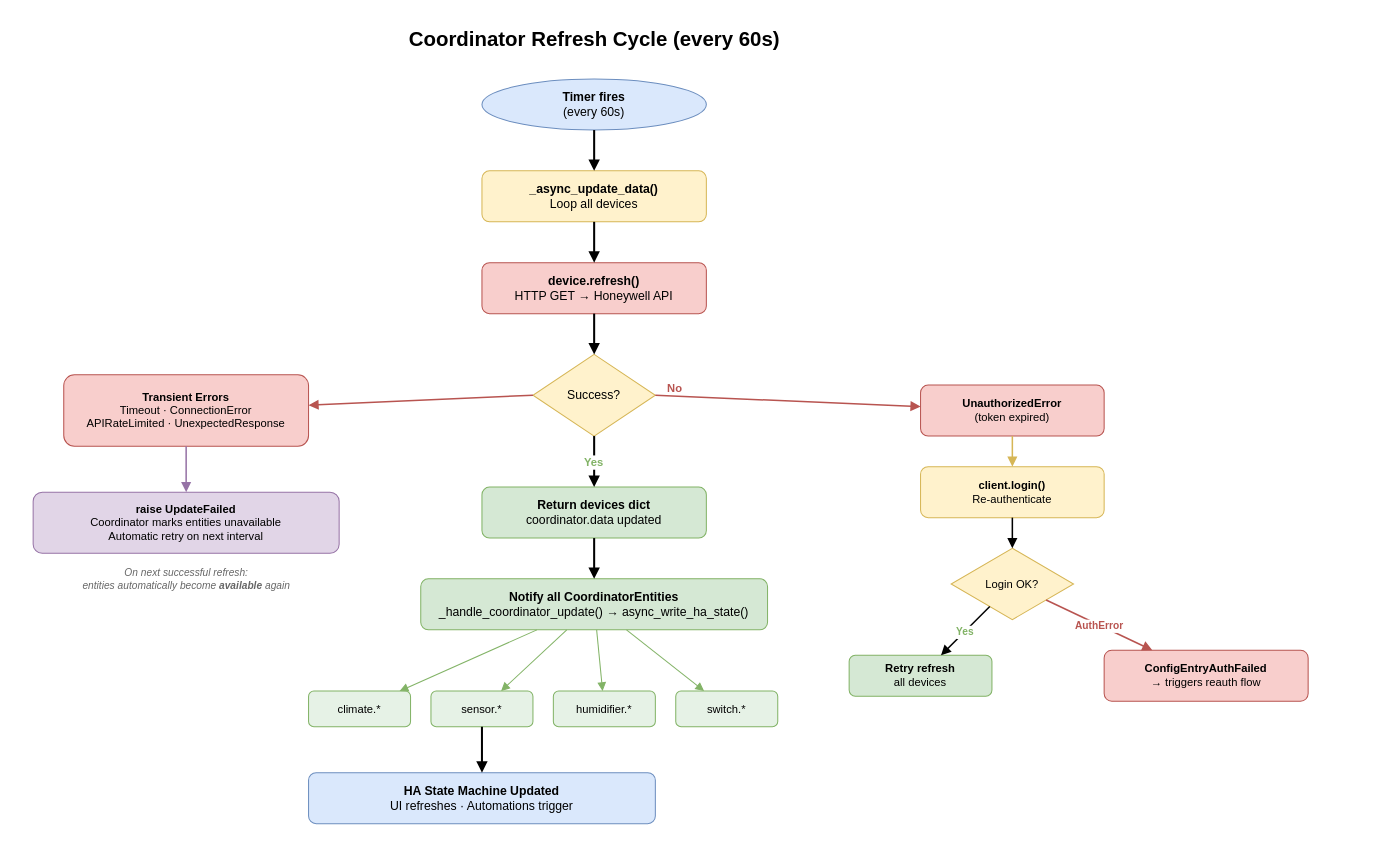
Before: page "Coordinator Refresh Flow" (2 of 5) of docs/honeywell-architecture.drawio in nabbi/ha-honeywell, a draw.io diagram. Source tidied: cells renumbered, new cells numbered last; positions are measured from the earlier drawing's top-left corner, leaving out a move shared by most shapes. Both pictures are drawn from the tidied source at 102%, with x=0, y=0 at pixel (33, 17).
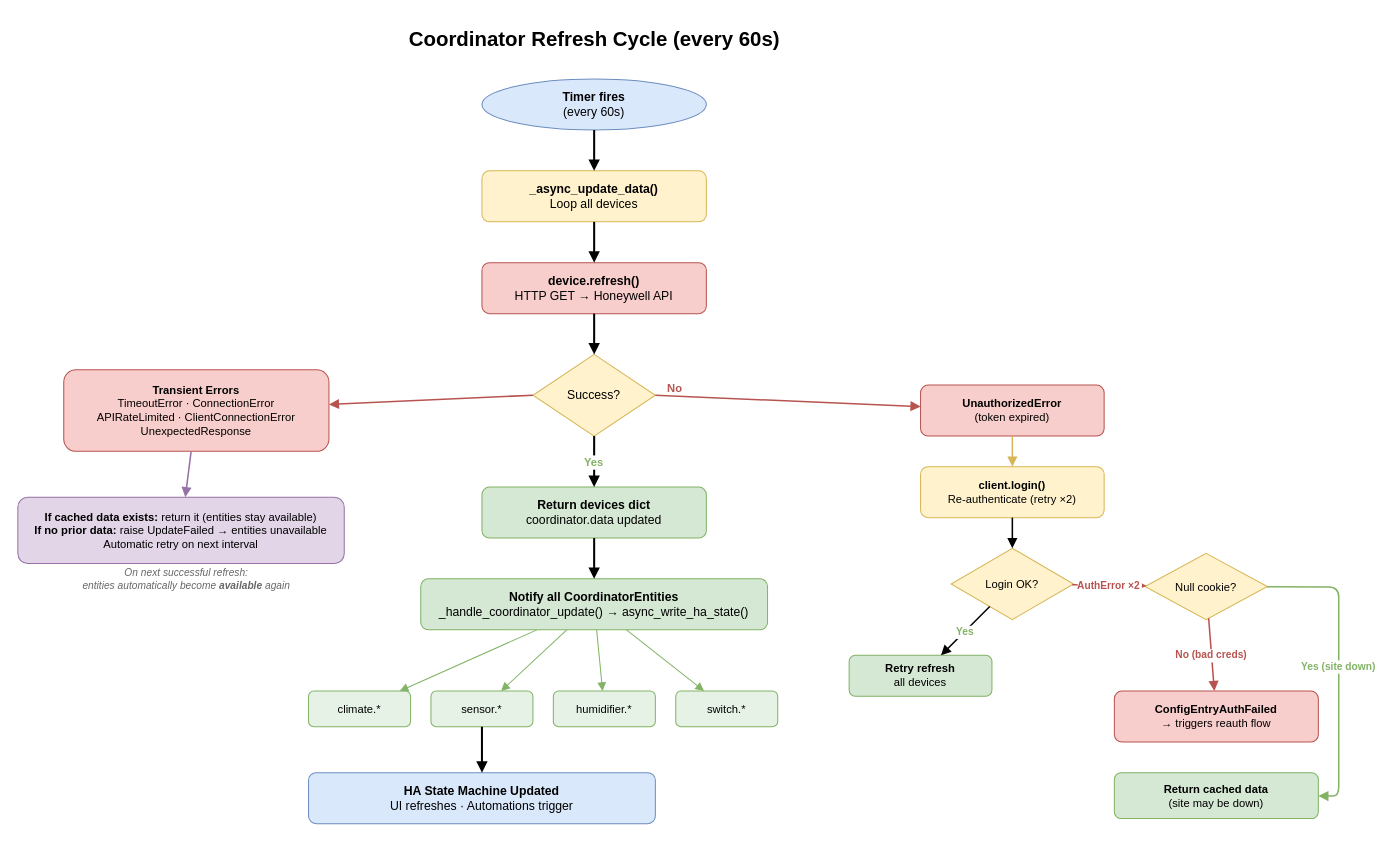
Above is the later version.

The change refers to these unchanged cells:
```xml
<mxCell id="29" value="Login OK?" style="rhombus;whiteSpace=wrap;html=1;fillColor=#fff2cc;strokeColor=#d6b656;fontSize=11;" parent="1" vertex="1">
  <mxGeometry x="900" y="520" width="120" height="70" as="geometry" />
</mxCell>
```

Change to the diagram source:
```diff
@@
-    <mxCell id="27" value="&lt;b&gt;client.login()&lt;/b&gt;&lt;br&gt;Re-authenticate" style="rounded=1;whiteSpace=wrap;html=1;fillColor=#fff2cc;strokeColor=#d6b656;fontSize=11;" parent="1" vertex="1">
+    <mxCell id="27" value="&lt;b&gt;client.login()&lt;/b&gt;&lt;br&gt;Re-authenticate (retry ×2)" style="rounded=1;whiteSpace=wrap;html=1;fillColor=#fff2cc;strokeColor=#d6b656;fontSize=11;" parent="1" vertex="1">
       <mxGeometry x="870" y="440" width="180" height="50" as="geometry" />
     </mxCell>
@@
+    <mxCell id="40" value="Null cookie?" style="rhombus;whiteSpace=wrap;html=1;fillColor=#fff2cc;strokeColor=#d6b656;fontSize=11;" parent="1" vertex="1">
+      <mxGeometry x="1090" y="525" width="120" height="65" as="geometry" />
+    </mxCell>
+    <mxCell id="34" value="AuthError ×2" style="strokeWidth=1.5;endArrow=block;endFill=1;rounded=1;fontColor=#b85450;fontStyle=1;fontSize=10;strokeColor=#b85450;" parent="1" edge="1" source="29" target="40">
+      <mxGeometry relative="1" as="geometry" />
+    </mxCell>
     <mxCell id="33" value="&lt;b&gt;ConfigEntryAuthFailed&lt;/b&gt;&lt;br&gt;→ triggers reauth flow" style="rounded=1;whiteSpace=wrap;html=1;fillColor=#f8cecc;strokeColor=#b85450;fontSize=11;" parent="1" vertex="1">
-      <mxGeometry x="1050" y="620" width="200" height="50" as="geometry" />
+      <mxGeometry x="1060" y="660" width="200" height="50" as="geometry" />
     </mxCell>
-    <mxCell id="34" value="AuthError" style="strokeWidth=1.5;endArrow=block;endFill=1;rounded=1;fontColor=#b85450;fontStyle=1;fontSize=10;strokeColor=#b85450;" parent="1" edge="1" source="29" target="33">
-      <mxGeometry relative="1" as="geometry" />
-    </mxCell>
+    <mxCell id="41" value="No (bad creds)" style="strokeWidth=1.5;endArrow=block;endFill=1;rounded=1;fontColor=#b85450;fontStyle=1;fontSize=10;strokeColor=#b85450;" parent="1" edge="1" source="40" target="33">
+      <mxGeometry relative="1" as="geometry" />
+    </mxCell>
+    <mxCell id="42" value="&lt;b&gt;Return cached data&lt;/b&gt;&lt;br&gt;(site may be down)" style="rounded=1;whiteSpace=wrap;html=1;fillColor=#d5e8d4;strokeColor=#82b366;fontSize=11;" parent="1" vertex="1">
+      <mxGeometry x="1060" y="740" width="200" height="45" as="geometry" />
+    </mxCell>
+    <mxCell id="43" value="Yes (site down)" style="strokeWidth=1.5;endArrow=block;endFill=1;rounded=1;fontColor=#82b366;fontStyle=1;fontSize=10;strokeColor=#82b366;" parent="1" edge="1" source="40" target="42">
+      <mxGeometry relative="1" as="geometry">
+        <Array as="points">
+          <mxPoint x="1280" y="558" />
+          <mxPoint x="1280" y="763" />
+        </Array>
+      </mxGeometry>
+    </mxCell>
-    <mxCell id="35" value="&lt;b&gt;Transient Errors&lt;/b&gt;&lt;br&gt;Timeout · ConnectionError&lt;br&gt;APIRateLimited · UnexpectedResponse" style="rounded=1;whiteSpace=wrap;html=1;fillColor=#f8cecc;strokeColor=#b85450;fontSize=11;" parent="1" vertex="1">
-      <mxGeometry x="30" y="350" width="240" height="70" as="geometry" />
+    <mxCell id="35" value="&lt;b&gt;Transient Errors&lt;/b&gt;&lt;br&gt;TimeoutError · ConnectionError&lt;br&gt;APIRateLimited · ClientConnectionError&lt;br&gt;UnexpectedResponse" style="rounded=1;whiteSpace=wrap;html=1;fillColor=#f8cecc;strokeColor=#b85450;fontSize=11;" parent="1" vertex="1">
+      <mxGeometry x="30" y="345" width="260" height="80" as="geometry" />
     </mxCell>
@@
-    <mxCell id="37" value="&lt;b&gt;raise UpdateFailed&lt;/b&gt;&lt;br&gt;Coordinator marks entities unavailable&lt;br&gt;Automatic retry on next interval" style="rounded=1;whiteSpace=wrap;html=1;fillColor=#e1d5e7;strokeColor=#9673a6;fontSize=11;" parent="1" vertex="1">
-      <mxGeometry y="465" width="300" height="60" as="geometry" />
+    <mxCell id="37" value="&lt;b&gt;If cached data exists:&lt;/b&gt; return it (entities stay available)&lt;br&gt;&lt;b&gt;If no prior data:&lt;/b&gt; raise UpdateFailed → entities unavailable&lt;br&gt;Automatic retry on next interval" style="rounded=1;whiteSpace=wrap;html=1;fillColor=#e1d5e7;strokeColor=#9673a6;fontSize=11;" parent="1" vertex="1">
+      <mxGeometry x="-15" y="470" width="320" height="65" as="geometry" />
     </mxCell>
```
